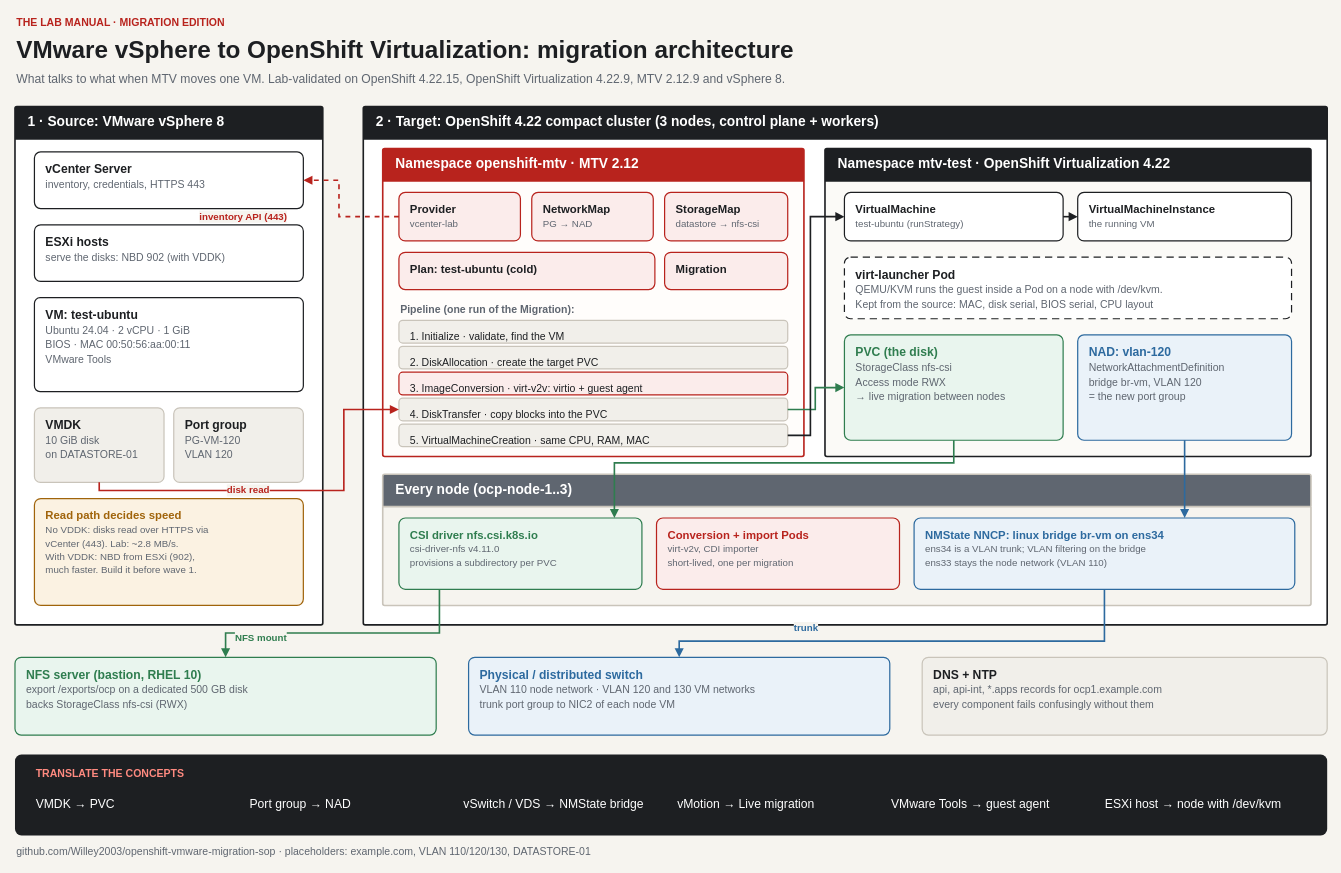
The draw.io diagram assets/migration-architecture.drawio in Willey2003/openshift-vmware-migration-sop, before the edit. Source tidied: cells renumbered, new cells numbered last; positions are measured from the earlier drawing's top-left corner, leaving out a move shared by most shapes. Both pictures are drawn from the tidied source at 81%, with x=0, y=0 at pixel (15, 14).
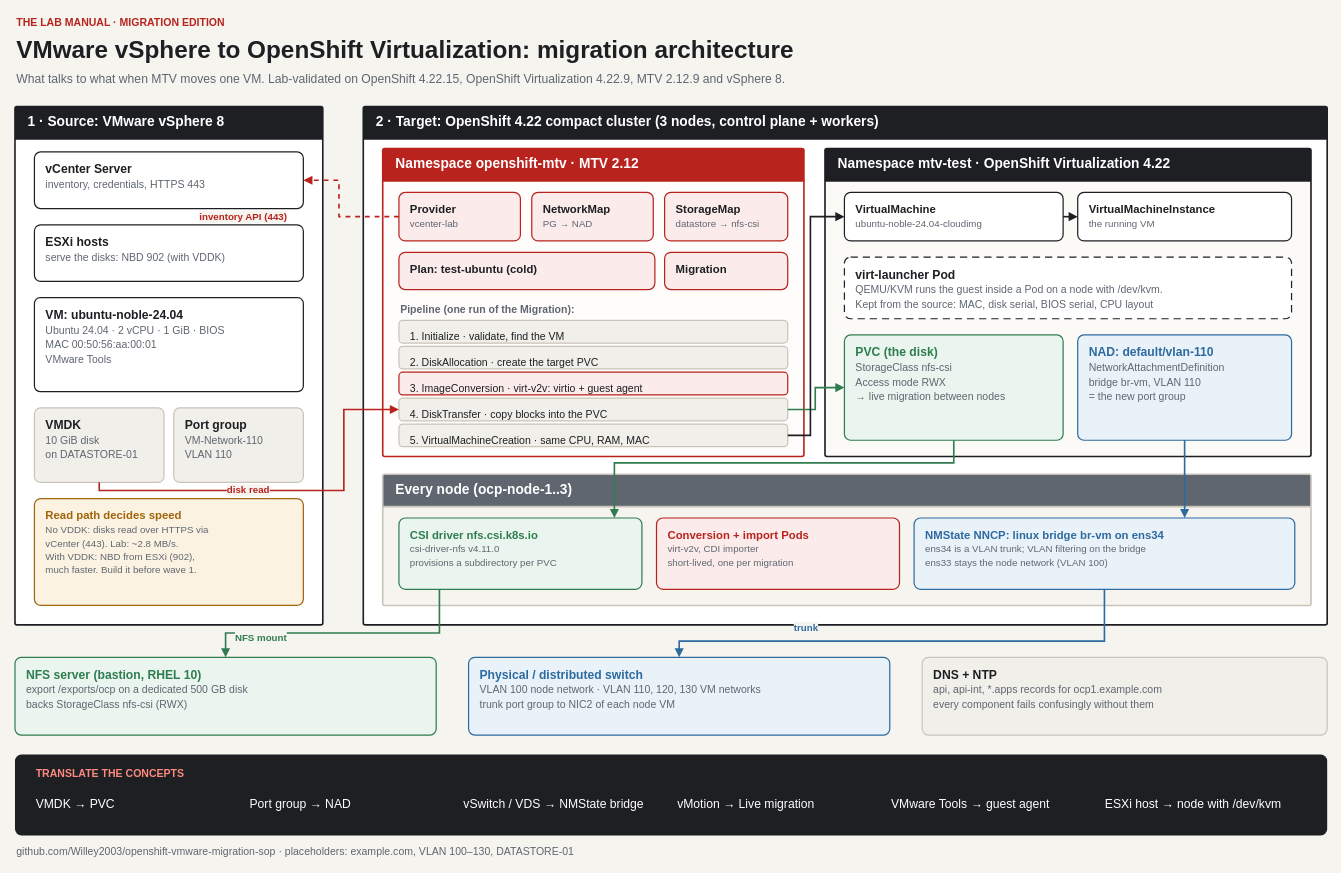
The same diagram, later.

Commit message (it also covers changes not shown here):
Match the architecture diagram to the worked example (VM name, MAC, VLANs)

Diff of the diagram source:
```diff
@@
-    <mxCell id="8" value="&lt;b&gt;VM: test-ubuntu&lt;/b&gt;&lt;br&gt;&lt;font style=&quot;font-size:13px&quot; color=&quot;#5f6670&quot;&gt;Ubuntu 24.04 · 2 vCPU · 1 GiB&lt;br&gt;BIOS · MAC 00:50:56:aa:00:11&lt;br&gt;VMware Tools&lt;/font&gt;" style="rounded=1;arcSize=6;whiteSpace=wrap;html=1;fillColor=#ffffff;strokeColor=#1d1f22;strokeWidth=1.5;fontColor=#1d1f22;fontSize=15;align=left;verticalAlign=top;spacingLeft=12;spacingTop=6;" parent="1" vertex="1">
+    <mxCell id="8" value="&lt;b&gt;VM: ubuntu-noble-24.04&lt;/b&gt;&lt;br&gt;&lt;font style=&quot;font-size:13px&quot; color=&quot;#5f6670&quot;&gt;Ubuntu 24.04 · 2 vCPU · 1 GiB · BIOS&lt;br&gt;MAC 00:50:56:aa:00:01&lt;br&gt;VMware Tools&lt;/font&gt;" style="rounded=1;arcSize=6;whiteSpace=wrap;html=1;fillColor=#ffffff;strokeColor=#1d1f22;strokeWidth=1.5;fontColor=#1d1f22;fontSize=15;align=left;verticalAlign=top;spacingLeft=12;spacingTop=6;" parent="1" vertex="1">
       <mxGeometry x="24" y="350" width="332" height="116" as="geometry" />
     </mxCell>
@@
-    <mxCell id="10" value="&lt;b&gt;Port group&lt;/b&gt;&lt;br&gt;&lt;font style=&quot;font-size:13px&quot; color=&quot;#5f6670&quot;&gt;PG-VM-120&lt;br&gt;VLAN 120&lt;/font&gt;" style="rounded=1;arcSize=8;whiteSpace=wrap;html=1;fillColor=#f1efea;strokeColor=#c9c4ba;strokeWidth=1.5;fontColor=#1d1f22;fontSize=15;align=left;verticalAlign=top;spacingLeft=12;spacingTop=6;" parent="1" vertex="1">
+    <mxCell id="10" value="&lt;b&gt;Port group&lt;/b&gt;&lt;br&gt;&lt;font style=&quot;font-size:13px&quot; color=&quot;#5f6670&quot;&gt;VM-Network-110&lt;br&gt;VLAN 110&lt;/font&gt;" style="rounded=1;arcSize=8;whiteSpace=wrap;html=1;fillColor=#f1efea;strokeColor=#c9c4ba;strokeWidth=1.5;fontColor=#1d1f22;fontSize=15;align=left;verticalAlign=top;spacingLeft=12;spacingTop=6;" parent="1" vertex="1">
       <mxGeometry x="196" y="486" width="160" height="92" as="geometry" />
     </mxCell>
@@
-    <mxCell id="26" value="&lt;b&gt;VirtualMachine&lt;/b&gt;&lt;br&gt;&lt;font style=&quot;font-size:12px&quot; color=&quot;#5f6670&quot;&gt;test-ubuntu (runStrategy)&lt;/font&gt;" style="rounded=1;arcSize=13;whiteSpace=wrap;html=1;fillColor=#ffffff;strokeColor=#1d1f22;strokeWidth=1.5;fontColor=#1d1f22;fontSize=14;align=left;verticalAlign=top;spacingLeft=12;spacingTop=6;" parent="1" vertex="1">
+    <mxCell id="26" value="&lt;b&gt;VirtualMachine&lt;/b&gt;&lt;br&gt;&lt;font style=&quot;font-size:12px&quot; color=&quot;#5f6670&quot;&gt;ubuntu-noble-24.04-cloudimg&lt;/font&gt;" style="rounded=1;arcSize=13;whiteSpace=wrap;html=1;fillColor=#ffffff;strokeColor=#1d1f22;strokeWidth=1.5;fontColor=#1d1f22;fontSize=14;align=left;verticalAlign=top;spacingLeft=12;spacingTop=6;" parent="1" vertex="1">
       <mxGeometry x="1024" y="220" width="270" height="60" as="geometry" />
     </mxCell>
@@
-    <mxCell id="30" value="&lt;b&gt;NAD: vlan-120&lt;/b&gt;&lt;br&gt;&lt;font style=&quot;font-size:13px&quot; color=&quot;#5f6670&quot;&gt;NetworkAttachmentDefinition&lt;br&gt;bridge br-vm, VLAN 120&lt;br&gt;= the new port group&lt;/font&gt;" style="rounded=1;arcSize=6;whiteSpace=wrap;html=1;fillColor=#eaf2f9;strokeColor=#2d6a9f;strokeWidth=1.5;fontColor=#2d6a9f;fontSize=15;align=left;verticalAlign=top;spacingLeft=12;spacingTop=6;" parent="1" vertex="1">
+    <mxCell id="30" value="&lt;b&gt;NAD: default/vlan-110&lt;/b&gt;&lt;br&gt;&lt;font style=&quot;font-size:13px&quot; color=&quot;#5f6670&quot;&gt;NetworkAttachmentDefinition&lt;br&gt;bridge br-vm, VLAN 110&lt;br&gt;= the new port group&lt;/font&gt;" style="rounded=1;arcSize=6;whiteSpace=wrap;html=1;fillColor=#eaf2f9;strokeColor=#2d6a9f;strokeWidth=1.5;fontColor=#2d6a9f;fontSize=15;align=left;verticalAlign=top;spacingLeft=12;spacingTop=6;" parent="1" vertex="1">
       <mxGeometry x="1312" y="396" width="264" height="130" as="geometry" />
     </mxCell>
@@
-    <mxCell id="34" value="&lt;b&gt;NMState NNCP: linux bridge br-vm on ens34&lt;/b&gt;&lt;br&gt;&lt;font style=&quot;font-size:12px&quot; color=&quot;#5f6670&quot;&gt;ens34 is a VLAN trunk; VLAN filtering on the bridge&lt;br&gt;ens33 stays the node network (VLAN 110)&lt;/font&gt;" style="rounded=1;arcSize=9;whiteSpace=wrap;html=1;fillColor=#eaf2f9;strokeColor=#2d6a9f;strokeWidth=1.5;fontColor=#2d6a9f;fontSize=14;align=left;verticalAlign=top;spacingLeft=12;spacingTop=6;" parent="1" vertex="1">
+    <mxCell id="34" value="&lt;b&gt;NMState NNCP: linux bridge br-vm on ens34&lt;/b&gt;&lt;br&gt;&lt;font style=&quot;font-size:12px&quot; color=&quot;#5f6670&quot;&gt;ens34 is a VLAN trunk; VLAN filtering on the bridge&lt;br&gt;ens33 stays the node network (VLAN 100)&lt;/font&gt;" style="rounded=1;arcSize=9;whiteSpace=wrap;html=1;fillColor=#eaf2f9;strokeColor=#2d6a9f;strokeWidth=1.5;fontColor=#2d6a9f;fontSize=14;align=left;verticalAlign=top;spacingLeft=12;spacingTop=6;" parent="1" vertex="1">
       <mxGeometry x="1110" y="622" width="470" height="88" as="geometry" />
     </mxCell>
@@
-    <mxCell id="36" value="&lt;b&gt;Physical / distributed switch&lt;/b&gt;&lt;br&gt;&lt;font style=&quot;font-size:13px&quot; color=&quot;#5f6670&quot;&gt;VLAN 110 node network · VLAN 120 and 130 VM networks&lt;br&gt;trunk port group to NIC2 of each node VM&lt;/font&gt;" style="rounded=1;arcSize=8;whiteSpace=wrap;html=1;fillColor=#eaf2f9;strokeColor=#2d6a9f;strokeWidth=1.5;fontColor=#2d6a9f;fontSize=15;align=left;verticalAlign=top;spacingLeft=12;spacingTop=6;" parent="1" vertex="1">
+    <mxCell id="36" value="&lt;b&gt;Physical / distributed switch&lt;/b&gt;&lt;br&gt;&lt;font style=&quot;font-size:13px&quot; color=&quot;#5f6670&quot;&gt;VLAN 100 node network · VLAN 110, 120, 130 VM networks&lt;br&gt;trunk port group to NIC2 of each node VM&lt;/font&gt;" style="rounded=1;arcSize=8;whiteSpace=wrap;html=1;fillColor=#eaf2f9;strokeColor=#2d6a9f;strokeWidth=1.5;fontColor=#2d6a9f;fontSize=15;align=left;verticalAlign=top;spacingLeft=12;spacingTop=6;" parent="1" vertex="1">
       <mxGeometry x="560" y="794" width="520" height="96" as="geometry" />
     </mxCell>
@@
-    <mxCell id="46" value="github.com/Willey2003/openshift-vmware-migration-sop  ·  placeholders: example.com, VLAN 110/120/130, DATASTORE-01" style="text;html=1;strokeColor=none;fillColor=none;align=left;verticalAlign=middle;whiteSpace=wrap;fontSize=13;fontColor=#5f6670;fontStyle=0;" parent="1" vertex="1">
+    <mxCell id="46" value="github.com/Willey2003/openshift-vmware-migration-sop  ·  placeholders: example.com, VLAN 100–130, DATASTORE-01" style="text;html=1;strokeColor=none;fillColor=none;align=left;verticalAlign=middle;whiteSpace=wrap;fontSize=13;fontColor=#5f6670;fontStyle=0;" parent="1" vertex="1">
       <mxGeometry y="1024" width="1620" height="20" as="geometry" />
     </mxCell>
```
